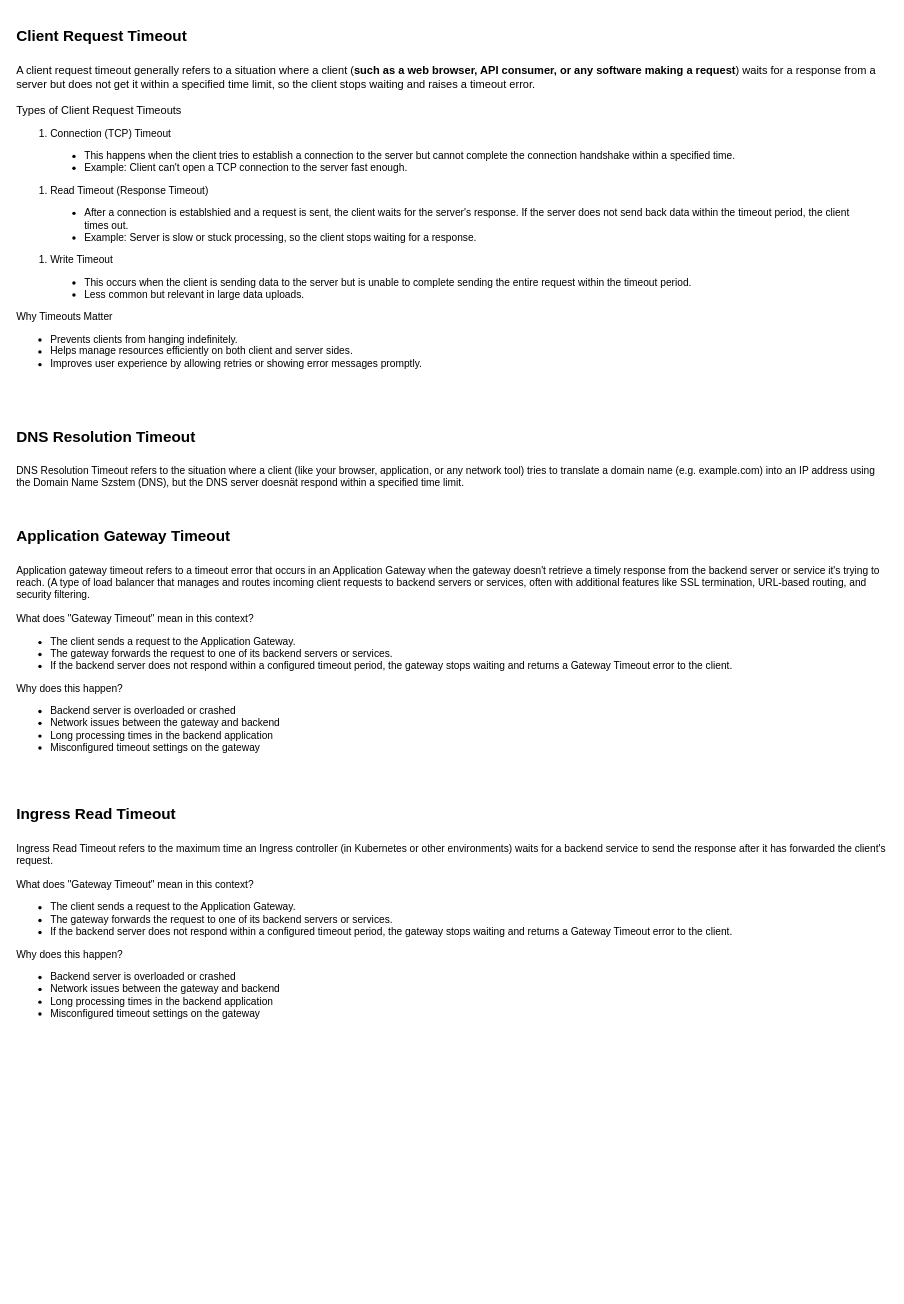
tyk1hc/drawio keeps this draw.io diagram as Web.drawio. Above is the earlier version. Source tidied: cells renumbered, new cells numbered last; positions are measured from the earlier drawing's top-left corner, leaving out a move shared by most shapes. Both pictures are drawn from the tidied source at 85%, with x=0, y=0 at pixel (14, 14).
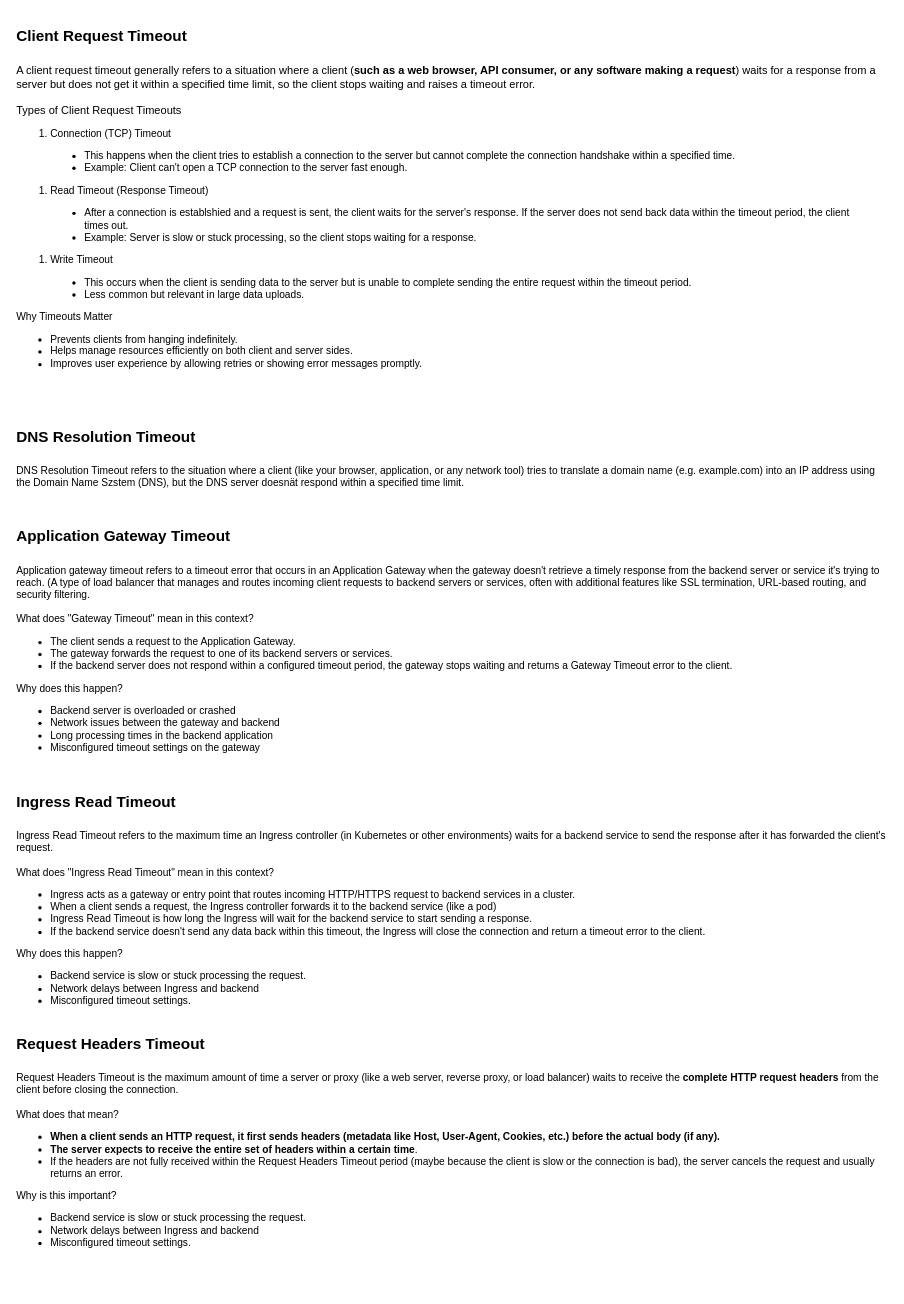
The same diagram, later.

Diff of the diagram source:
```diff
@@
 <mxGraphModel>
   <root>
     <mxCell id="0" />
     <mxCell id="1" parent="0" />
     <mxCell id="2" value="&lt;div&gt;&lt;b&gt;&lt;font style=&quot;font-size: 18px;&quot;&gt;Client Request Timeout&lt;/font&gt;&lt;/b&gt;&lt;/div&gt;&lt;div&gt;&lt;b&gt;&lt;font style=&quot;font-size: 18px;&quot;&gt;&lt;br&gt;&lt;/font&gt;&lt;/b&gt;&lt;/div&gt;&lt;div&gt;&lt;font style=&quot;font-size: 13px;&quot;&gt;A client request timeout generally refers to a situation where a client (&lt;b&gt;such as a web browser, API consumer, or any software making a request&lt;/b&gt;) waits for a response from a server but does not&amp;nbsp;get it within a specified time limit, so the client stops waiting and raises a timeout error.&lt;/font&gt;&lt;/div&gt;&lt;div&gt;&lt;font style=&quot;font-size: 13px;&quot;&gt;&lt;br&gt;&lt;/font&gt;&lt;/div&gt;&lt;div&gt;&lt;font style=&quot;font-size: 13px;&quot;&gt;Types of Client Request Timeouts&amp;nbsp;&lt;/font&gt;&lt;/div&gt;&lt;div&gt;&lt;ol&gt;&lt;li&gt;Connection (TCP) Timeout&amp;nbsp;&lt;/li&gt;&lt;/ol&gt;&lt;blockquote&gt;&lt;ul&gt;&lt;li&gt;This happens when the client tries to establish a connection to the server but cannot complete the connection handshake within a specified time.&lt;/li&gt;&lt;li&gt;Example: Client can't open a TCP connection to the server fast enough.&lt;/li&gt;&lt;/ul&gt;&lt;/blockquote&gt;&lt;ol&gt;&lt;li&gt;Read Timeout (Response Timeout)&lt;/li&gt;&lt;/ol&gt;&lt;blockquote&gt;&lt;ul&gt;&lt;li&gt;After a connection is establshied and a request is sent, the client waits for the server's response. If the server does not send back data within the timeout period, the client times out.&lt;/li&gt;&lt;li&gt;Example: Server is slow or stuck processing, so the client stops waiting for a response.&lt;/li&gt;&lt;/ul&gt;&lt;/blockquote&gt;&lt;ol&gt;&lt;li&gt;Write Timeout&amp;nbsp;&lt;/li&gt;&lt;/ol&gt;&lt;blockquote&gt;&lt;ul&gt;&lt;li&gt;This occurs when the client is sending data to the server but is unable to complete sending the entire request within the timeout period.&lt;/li&gt;&lt;li&gt;Less common but relevant in large data uploads.&lt;/li&gt;&lt;/ul&gt;&lt;/blockquote&gt;&lt;div&gt;Why Timeouts Matter&amp;nbsp;&lt;/div&gt;&lt;div&gt;&lt;ul&gt;&lt;li&gt;Prevents clients from hanging indefinitely.&lt;/li&gt;&lt;li&gt;Helps manage resources efficiently on both client and server sides.&lt;/li&gt;&lt;li&gt;Improves user experience by allowing retries or showing error messages promptly.&lt;/li&gt;&lt;/ul&gt;&lt;/div&gt;&lt;/div&gt;&lt;div&gt;&lt;font&gt;&lt;br&gt;&lt;/font&gt;&lt;/div&gt;&lt;div&gt;&lt;b&gt;&lt;font style=&quot;font-size: 18px;&quot;&gt;&lt;br&gt;&lt;/font&gt;&lt;/b&gt;&lt;/div&gt;" style="text;html=1;whiteSpace=wrap;strokeColor=none;fillColor=none;align=left;verticalAlign=middle;rounded=0;" parent="1" vertex="1">
       <mxGeometry width="1030" height="480" as="geometry" />
     </mxCell>
     <mxCell id="3" value="&lt;div&gt;&lt;b&gt;&lt;font style=&quot;font-size: 18px;&quot;&gt;DNS Resolution Timeout&amp;nbsp;&lt;/font&gt;&lt;/b&gt;&lt;/div&gt;&lt;div&gt;&lt;b&gt;&lt;font style=&quot;font-size: 18px;&quot;&gt;&amp;nbsp;&lt;/font&gt;&lt;/b&gt;&lt;/div&gt;&lt;div&gt;DNS Resolution Timeout refers to the situation where a client (like your browser, application, or any network tool) tries to translate a domain name (e.g. example.com) into an IP address using&lt;/div&gt;&lt;div&gt;the Domain Name Szstem (DNS), but the DNS server doesnät respond within a specified time limit.&lt;/div&gt;&lt;div&gt;&lt;font&gt;&lt;br&gt;&lt;/font&gt;&lt;/div&gt;&lt;div&gt;&lt;b&gt;&lt;font style=&quot;font-size: 18px;&quot;&gt;&lt;br&gt;&lt;/font&gt;&lt;/b&gt;&lt;/div&gt;" style="text;html=1;whiteSpace=wrap;strokeColor=none;fillColor=none;align=left;verticalAlign=middle;rounded=0;" parent="1" vertex="1">
       <mxGeometry y="480" width="1030" height="120" as="geometry" />
     </mxCell>
     <mxCell id="4" value="&lt;div&gt;&lt;b&gt;&lt;font style=&quot;font-size: 18px;&quot;&gt;Application Gateway Timeout&lt;/font&gt;&lt;/b&gt;&lt;/div&gt;&lt;div&gt;&lt;b&gt;&lt;font style=&quot;font-size: 18px;&quot;&gt;&amp;nbsp;&lt;/font&gt;&lt;/b&gt;&lt;/div&gt;&lt;div&gt;Application gateway timeout refers to a timeout error that occurs in an Application Gateway when the gateway doesn't retrieve a timely response from the backend server or service it's trying to reach. (A type of load balancer that manages and routes incoming client requests to backend servers or services, often with additional features like SSL termination, URL-based routing, and security filtering.&lt;/div&gt;&lt;div&gt;&lt;br&gt;&lt;/div&gt;&lt;div&gt;What does &quot;Gateway Timeout&quot; mean in this context?&lt;/div&gt;&lt;div&gt;&lt;ul&gt;&lt;li&gt;The client sends a request to the Application Gateway.&lt;/li&gt;&lt;li&gt;The gateway forwards the request to one of its backend servers or services.&lt;/li&gt;&lt;li&gt;If the backend server does not respond within a configured timeout period, the gateway stops waiting and returns a Gateway Timeout error to the client.&lt;/li&gt;&lt;/ul&gt;&lt;div&gt;Why does this happen?&lt;/div&gt;&lt;div&gt;&lt;ul&gt;&lt;li&gt;Backend server is overloaded or crashed&lt;/li&gt;&lt;li&gt;Network issues between the gateway and backend&amp;nbsp;&lt;/li&gt;&lt;li&gt;Long processing times in the backend application&amp;nbsp;&lt;/li&gt;&lt;li&gt;Misconfigured timeout settings on the gateway&lt;/li&gt;&lt;/ul&gt;&lt;/div&gt;&lt;/div&gt;&lt;div&gt;&lt;font&gt;&lt;br&gt;&lt;/font&gt;&lt;/div&gt;&lt;div&gt;&lt;b&gt;&lt;font style=&quot;font-size: 18px;&quot;&gt;&lt;br&gt;&lt;/font&gt;&lt;/b&gt;&lt;/div&gt;" style="text;html=1;whiteSpace=wrap;strokeColor=none;fillColor=none;align=left;verticalAlign=middle;rounded=0;" parent="1" vertex="1">
       <mxGeometry y="600" width="1030" height="320" as="geometry" />
     </mxCell>
-    <mxCell id="5" value="&lt;div&gt;&lt;b&gt;&lt;font style=&quot;font-size: 18px;&quot;&gt;Ingress Read Timeout&lt;/font&gt;&lt;/b&gt;&lt;/div&gt;&lt;div&gt;&lt;b&gt;&lt;font style=&quot;font-size: 18px;&quot;&gt;&amp;nbsp;&lt;/font&gt;&lt;/b&gt;&lt;/div&gt;&lt;div&gt;Ingress Read Timeout refers to the maximum time an Ingress controller (in Kubernetes or other environments) waits for a backend service to send the response after it has forwarded the client's request.&lt;/div&gt;&lt;div&gt;&lt;br&gt;&lt;/div&gt;&lt;div&gt;What does &quot;Gateway Timeout&quot; mean in this context?&lt;/div&gt;&lt;div&gt;&lt;ul&gt;&lt;li&gt;The client sends a request to the Application Gateway.&lt;/li&gt;&lt;li&gt;The gateway forwards the request to one of its backend servers or services.&lt;/li&gt;&lt;li&gt;If the backend server does not respond within a configured timeout period, the gateway stops waiting and returns a Gateway Timeout error to the client.&lt;/li&gt;&lt;/ul&gt;&lt;div&gt;Why does this happen?&lt;/div&gt;&lt;div&gt;&lt;ul&gt;&lt;li&gt;Backend server is overloaded or crashed&lt;/li&gt;&lt;li&gt;Network issues between the gateway and backend&amp;nbsp;&lt;/li&gt;&lt;li&gt;Long processing times in the backend application&amp;nbsp;&lt;/li&gt;&lt;li&gt;Misconfigured timeout settings on the gateway&lt;/li&gt;&lt;/ul&gt;&lt;/div&gt;&lt;/div&gt;&lt;div&gt;&lt;font&gt;&lt;br&gt;&lt;/font&gt;&lt;/div&gt;&lt;div&gt;&lt;b&gt;&lt;font style=&quot;font-size: 18px;&quot;&gt;&lt;br&gt;&lt;/font&gt;&lt;/b&gt;&lt;/div&gt;" style="text;html=1;whiteSpace=wrap;strokeColor=none;fillColor=none;align=left;verticalAlign=middle;rounded=0;" parent="1" vertex="1">
-      <mxGeometry y="920" width="1030" height="320" as="geometry" />
+    <mxCell id="5" value="&lt;div&gt;&lt;b&gt;&lt;font style=&quot;font-size: 18px;&quot;&gt;Ingress Read Timeout&lt;/font&gt;&lt;/b&gt;&lt;/div&gt;&lt;div&gt;&lt;b&gt;&lt;font style=&quot;font-size: 18px;&quot;&gt;&amp;nbsp;&lt;/font&gt;&lt;/b&gt;&lt;/div&gt;&lt;div&gt;Ingress Read Timeout refers to the maximum time an Ingress controller (in Kubernetes or other environments) waits for a backend service to send the response after it has forwarded the client's request.&lt;/div&gt;&lt;div&gt;&lt;br&gt;&lt;/div&gt;&lt;div&gt;What does &quot;Ingress Read Timeout&quot; mean in this context?&lt;/div&gt;&lt;div&gt;&lt;ul&gt;&lt;li&gt;Ingress acts as a gateway or entry point that routes incoming HTTP/HTTPS request to backend services in a cluster.&lt;/li&gt;&lt;li&gt;When a client sends a request, the Ingress controller forwards it to the backend service (like a pod)&lt;/li&gt;&lt;li&gt;Ingress Read Timeout is how long the Ingress will wait for the backend service to start sending a response.&lt;/li&gt;&lt;li&gt;If the backend service doesn't send any data back within this timeout, the Ingress will close the connection and return a timeout error to the client.&lt;/li&gt;&lt;/ul&gt;&lt;div&gt;Why does this happen?&lt;/div&gt;&lt;div&gt;&lt;ul&gt;&lt;li&gt;Backend service is slow or stuck processing the request.&lt;/li&gt;&lt;li&gt;Network delays between Ingress and backend&lt;/li&gt;&lt;li&gt;Misconfigured timeout settings.&lt;/li&gt;&lt;/ul&gt;&lt;/div&gt;&lt;/div&gt;&lt;div&gt;&lt;font&gt;&lt;br&gt;&lt;/font&gt;&lt;/div&gt;&lt;div&gt;&lt;b&gt;&lt;font style=&quot;font-size: 18px;&quot;&gt;&lt;br&gt;&lt;/font&gt;&lt;/b&gt;&lt;/div&gt;" style="text;html=1;whiteSpace=wrap;strokeColor=none;fillColor=none;align=left;verticalAlign=middle;rounded=0;" parent="1" vertex="1">
+      <mxGeometry y="920" width="1030" height="290" as="geometry" />
     </mxCell>
+    <mxCell id="6" value="&lt;div&gt;&lt;b&gt;&lt;font style=&quot;font-size: 18px;&quot;&gt;Request Headers Timeout&lt;/font&gt;&lt;/b&gt;&lt;/div&gt;&lt;div&gt;&lt;b&gt;&lt;font style=&quot;font-size: 18px;&quot;&gt;&amp;nbsp;&lt;/font&gt;&lt;/b&gt;&lt;/div&gt;&lt;div&gt;Request Headers Timeout is the maximum amount of time a server or proxy (like a web server, reverse proxy, or load balancer) waits to receive the &lt;b&gt;complete HTTP request headers&lt;/b&gt; from the client before closing the connection.&lt;/div&gt;&lt;div&gt;&lt;br&gt;&lt;/div&gt;&lt;div&gt;What does that mean?&lt;/div&gt;&lt;div&gt;&lt;ul&gt;&lt;li&gt;&lt;b&gt;When a client sends an HTTP request, it first sends headers (metadata like Host, User-Agent, Cookies, etc.) before the actual body (if any).&lt;/b&gt;&lt;/li&gt;&lt;li&gt;&lt;b&gt;The server expects to receive the entire set of headers within a certain time&lt;/b&gt;.&lt;/li&gt;&lt;li&gt;If the headers are not fully received within the Request Headers Timeout period (maybe because the client is slow or the connection is bad), the server cancels the request and usually returns an error.&lt;/li&gt;&lt;/ul&gt;&lt;div&gt;Why is this important?&lt;/div&gt;&lt;div&gt;&lt;ul&gt;&lt;li&gt;Backend service is slow or stuck processing the request.&lt;/li&gt;&lt;li&gt;Network delays between Ingress and backend&lt;/li&gt;&lt;li&gt;Misconfigured timeout settings.&lt;/li&gt;&lt;/ul&gt;&lt;/div&gt;&lt;/div&gt;&lt;div&gt;&lt;font&gt;&lt;br&gt;&lt;/font&gt;&lt;/div&gt;&lt;div&gt;&lt;b&gt;&lt;font style=&quot;font-size: 18px;&quot;&gt;&lt;br&gt;&lt;/font&gt;&lt;/b&gt;&lt;/div&gt;" style="text;html=1;whiteSpace=wrap;strokeColor=none;fillColor=none;align=left;verticalAlign=middle;rounded=0;" parent="1" vertex="1">
+      <mxGeometry y="1200" width="1030" height="300" as="geometry" />
+    </mxCell>
   </root>
 </mxGraphModel>
```
